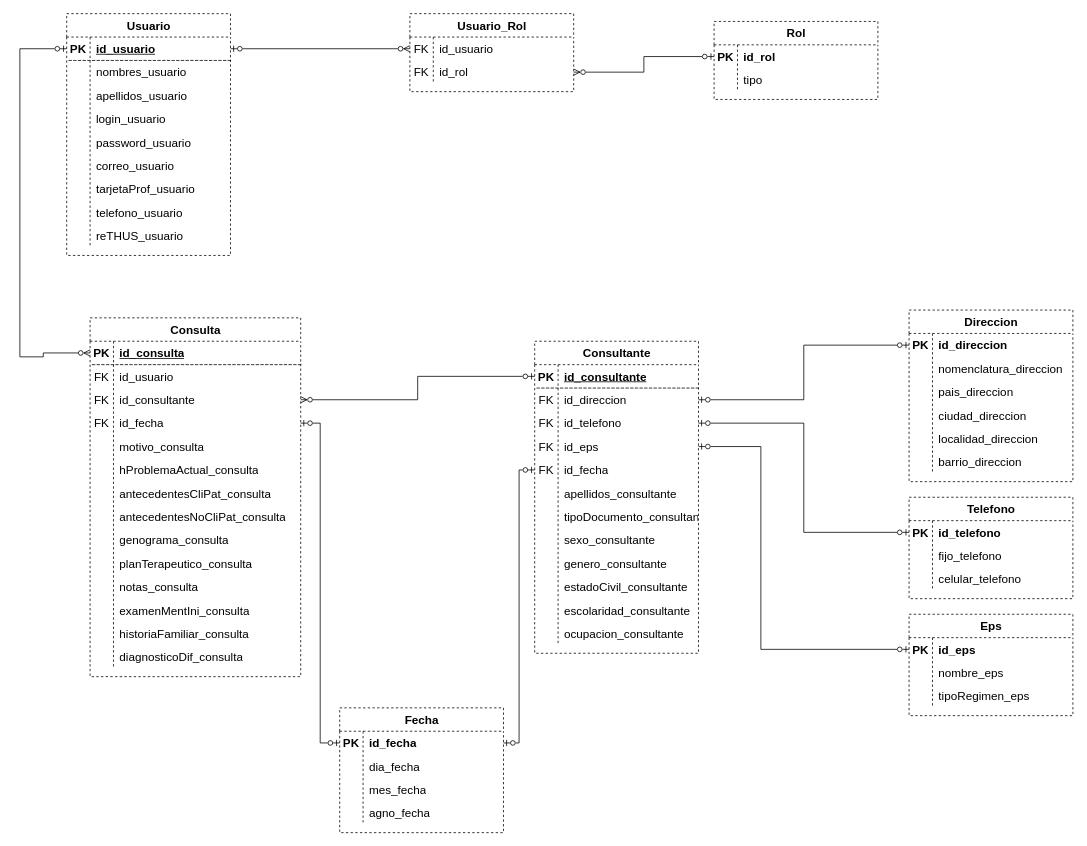
Before: page "Diagrama relacional" (1 of 4) of Diagramas/Untitled Diagram.drawio in mjfernandezc/Diagramas, a draw.io diagram. Source tidied: cells renumbered, new cells numbered last; positions are measured from the earlier drawing's top-left corner, leaving out a move shared by most shapes. Both pictures are drawn from the tidied source at 78%, with x=0, y=0 at pixel (20, 13).
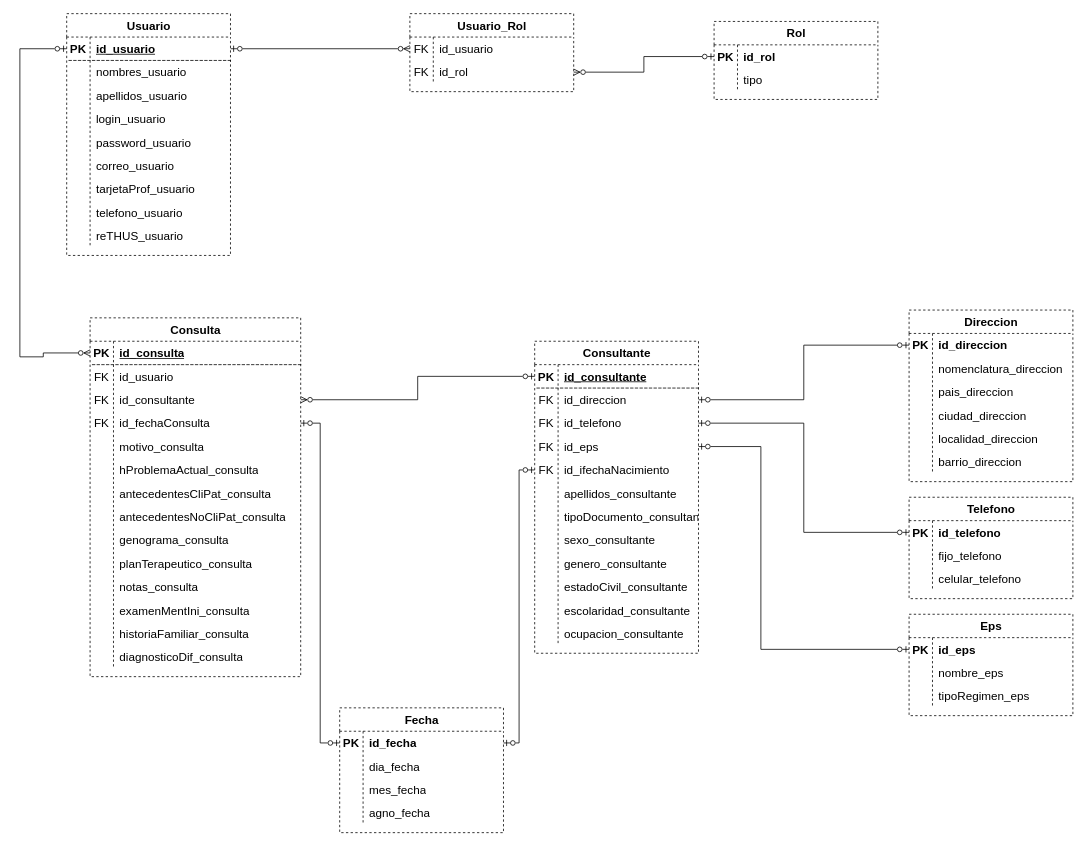
The same diagram, later.

Unchanged cells that the change refers to:
```xml
<mxCell id="56" style="shape=tableRow;horizontal=0;startSize=0;swimlaneHead=0;swimlaneBody=0;fillColor=none;points=[[0,0.5],[1,0.5]];portConstraint=eastwest;top=0;left=0;right=0;bottom=0;dashed=1;fontSize=15;html=1;" parent="46" vertex="1">
  <mxGeometry y="120" width="270" height="30" as="geometry" />
</mxCell>
<mxCell id="102" style="shape=tableRow;horizontal=0;startSize=0;swimlaneHead=0;swimlaneBody=0;fillColor=none;points=[[0,0.5],[1,0.5]];portConstraint=eastwest;top=0;left=0;right=0;bottom=0;dashed=1;fontSize=15;html=1;" parent="89" vertex="1">
  <mxGeometry y="150" width="210" height="30" as="geometry" />
</mxCell>
```

The edit, as a diff of the source:
```diff
@@
-    <mxCell id="58" value="id_fecha" style="shape=partialRectangle;fillColor=none;top=0;left=0;bottom=0;right=0;align=left;spacingLeft=6;overflow=hidden;dashed=1;fontSize=15;html=1;" parent="56" vertex="1">
+    <mxCell id="58" value="id_fechaConsulta" style="shape=partialRectangle;fillColor=none;top=0;left=0;bottom=0;right=0;align=left;spacingLeft=6;overflow=hidden;dashed=1;fontSize=15;html=1;" parent="56" vertex="1">
       <mxGeometry x="30" width="240" height="30" as="geometry" />
     </mxCell>
@@
-    <mxCell id="104" value="id_fecha" style="shape=partialRectangle;fillColor=none;top=0;left=0;bottom=0;right=0;align=left;spacingLeft=6;overflow=hidden;dashed=1;fontSize=15;html=1;" parent="102" vertex="1">
+    <mxCell id="104" value="id_ifechaNacimiento" style="shape=partialRectangle;fillColor=none;top=0;left=0;bottom=0;right=0;align=left;spacingLeft=6;overflow=hidden;dashed=1;fontSize=15;html=1;" parent="102" vertex="1">
       <mxGeometry x="30" width="180" height="30" as="geometry" />
     </mxCell>
```
